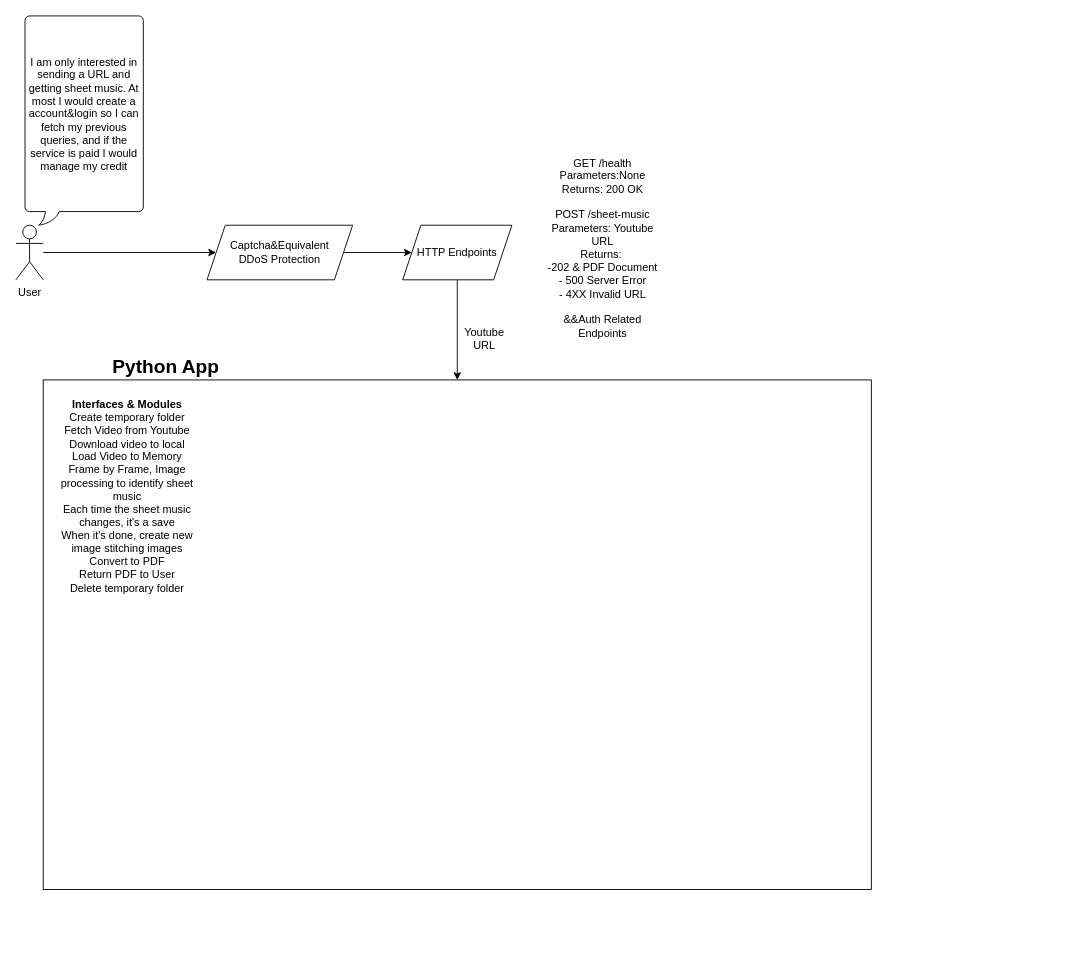
This is diagram.drawio from burak-gunay/generate-sheet-music, a draw.io file, before an edit. Source tidied: cells renumbered, new cells numbered last; positions are measured from the earlier drawing's top-left corner, leaving out a move shared by most shapes. Both pictures are drawn from the tidied source at 91%, with x=0, y=0 at pixel (15, 15).
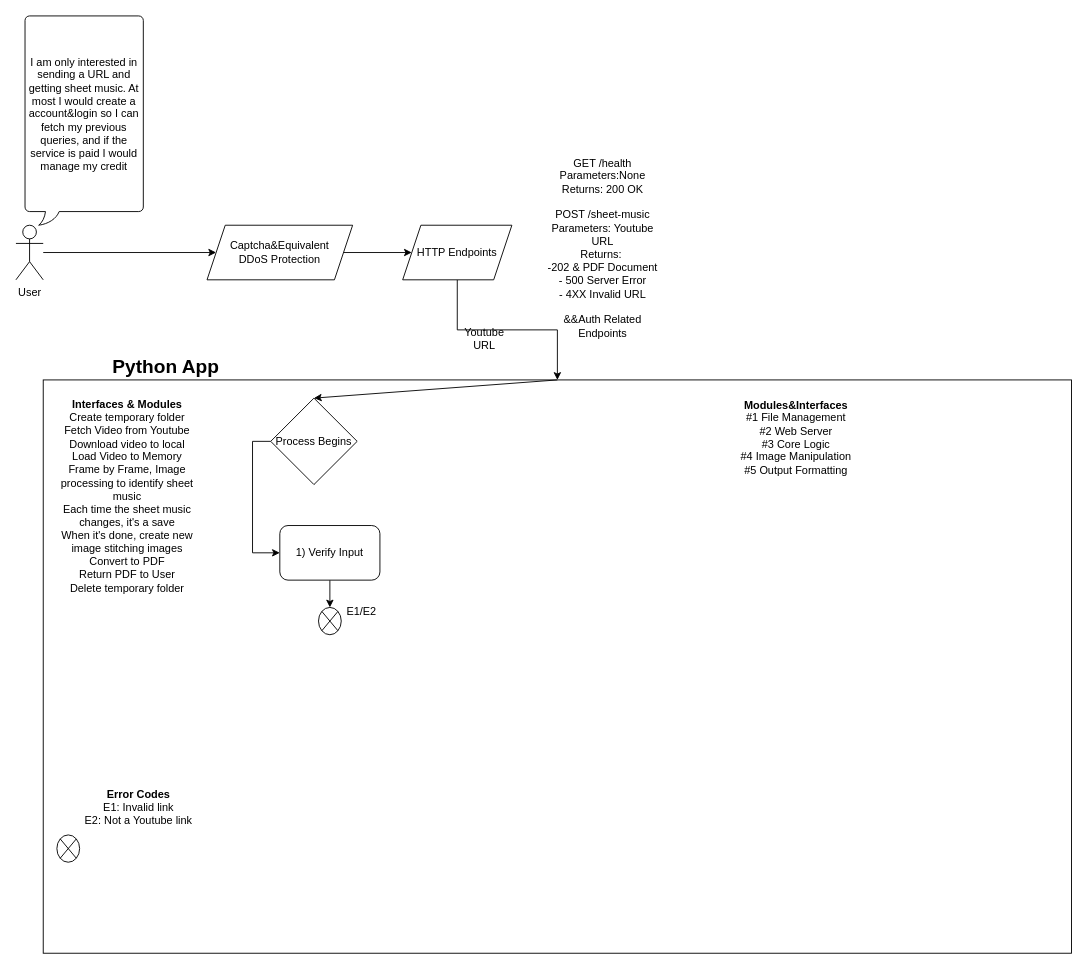
The same diagram, later.

The edit, as a diff of the source:
```diff
@@
     <mxCell id="10" style="rounded=0;whiteSpace=wrap;html=1;" parent="1" vertex="1">
-      <mxGeometry x="30" y="400" width="910" height="560" as="geometry" />
+      <mxGeometry x="30" y="400" width="1130" height="630" as="geometry" />
     </mxCell>
@@
+    <mxCell id="14" value="&lt;div&gt;&lt;b&gt;Modules&amp;amp;Interfaces&lt;/b&gt;&lt;/div&gt;&lt;div&gt;#1 File Management&lt;/div&gt;&lt;div&gt;#2 Web Server&lt;/div&gt;&lt;div&gt;#3 Core Logic&lt;/div&gt;&lt;div&gt;#4 Image Manipulation&lt;/div&gt;&lt;div&gt;#5 Output Formatting&lt;/div&gt;&lt;div&gt;&lt;br&gt;&lt;/div&gt;&lt;div&gt;&lt;div&gt;&lt;br&gt;&lt;/div&gt;&lt;div&gt;&lt;br&gt;&lt;/div&gt;&lt;/div&gt;" style="text;strokeColor=none;align=center;fillColor=none;html=1;verticalAlign=middle;whiteSpace=wrap;rounded=0;labelPosition=center;verticalLabelPosition=middle;" parent="1" vertex="1">
+      <mxGeometry x="780" y="410" width="155" height="150" as="geometry" />
+    </mxCell>
+    <mxCell id="15" style="edgeStyle=orthogonalEdgeStyle;rounded=0;jettySize=auto;html=1;exitX=0;exitY=0.5;exitDx=0;exitDy=0;entryX=0;entryY=0.5;entryDx=0;entryDy=0;" parent="1" edge="1" source="16" target="19">
+      <mxGeometry relative="1" as="geometry" />
+    </mxCell>
+    <mxCell id="16" value="Process Begins" style="rhombus;whiteSpace=wrap;html=1;" parent="1" vertex="1">
+      <mxGeometry x="280" y="420" width="95" height="95" as="geometry" />
+    </mxCell>
+    <mxCell id="17" style="endArrow=classic;html=1;rounded=0;exitX=0.5;exitY=0;exitDx=0;exitDy=0;entryX=0.5;entryY=0;entryDx=0;entryDy=0;" parent="1" edge="1" source="10" target="16">
+      <mxGeometry relative="1" as="geometry" />
+    </mxCell>
+    <mxCell id="18" style="edgeStyle=orthogonalEdgeStyle;rounded=0;jettySize=auto;html=1;exitX=0.5;exitY=1;exitDx=0;exitDy=0;entryX=0.5;entryY=0;entryDx=0;entryDy=0;" parent="1" edge="1" source="19" target="22">
+      <mxGeometry relative="1" as="geometry" />
+    </mxCell>
+    <mxCell id="19" value="1) Verify Input" style="rounded=1;whiteSpace=wrap;html=1;" parent="1" vertex="1">
+      <mxGeometry x="290" y="560" width="110" height="60" as="geometry" />
+    </mxCell>
+    <mxCell id="20" style="shape=sumEllipse;perimeter=ellipsePerimeter;whiteSpace=wrap;html=1;backgroundOutline=1;" parent="1" vertex="1">
+      <mxGeometry x="45" y="900" width="25" height="30" as="geometry" />
+    </mxCell>
+    <mxCell id="21" value="&lt;b&gt;Error Codes&lt;/b&gt;&lt;div&gt;E1: Invalid link&lt;/div&gt;&lt;div&gt;E2: Not a Youtube link&lt;/div&gt;" style="text;strokeColor=none;align=center;fillColor=none;html=1;verticalAlign=middle;whiteSpace=wrap;rounded=0;" parent="1" vertex="1">
+      <mxGeometry x="70" y="840" width="130" height="60" as="geometry" />
+    </mxCell>
+    <mxCell id="22" style="shape=sumEllipse;perimeter=ellipsePerimeter;whiteSpace=wrap;html=1;backgroundOutline=1;" parent="1" vertex="1">
+      <mxGeometry x="332.5" y="650" width="25" height="30" as="geometry" />
+    </mxCell>
+    <mxCell id="23" value="E1/E2" style="text;strokeColor=none;align=center;fillColor=none;html=1;verticalAlign=middle;whiteSpace=wrap;rounded=0;" parent="1" vertex="1">
+      <mxGeometry x="350" y="640" width="60" height="30" as="geometry" />
+    </mxCell>
```
